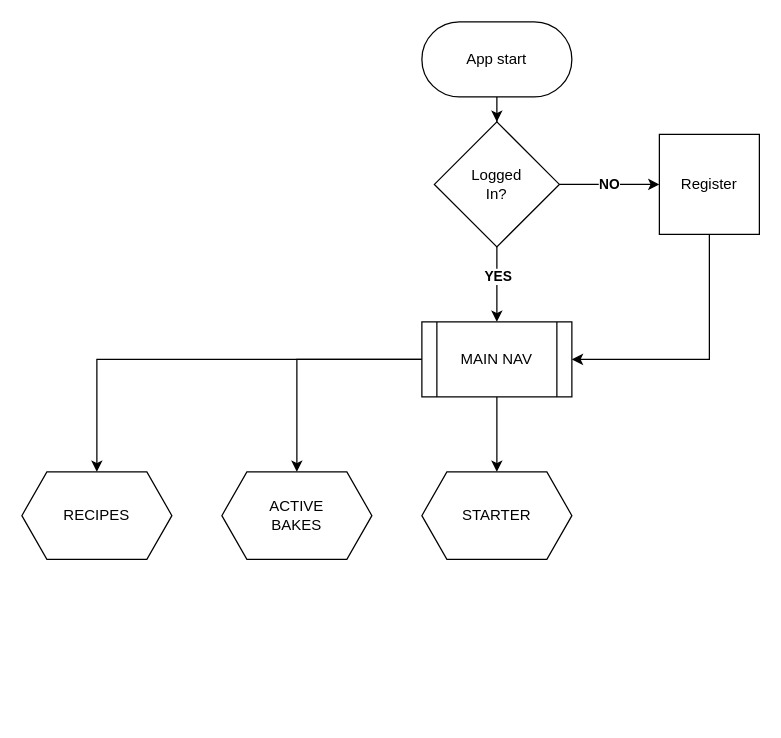
KioaStudios/plugins keeps this draw.io diagram as HalfBaked.drawio. Above is the earlier version. Source tidied: cells renumbered, new cells numbered last; positions are measured from the earlier drawing's top-left corner, leaving out a move shared by most shapes. Both pictures are drawn from the tidied source at 125%, with x=0, y=0 at pixel (21, 21).
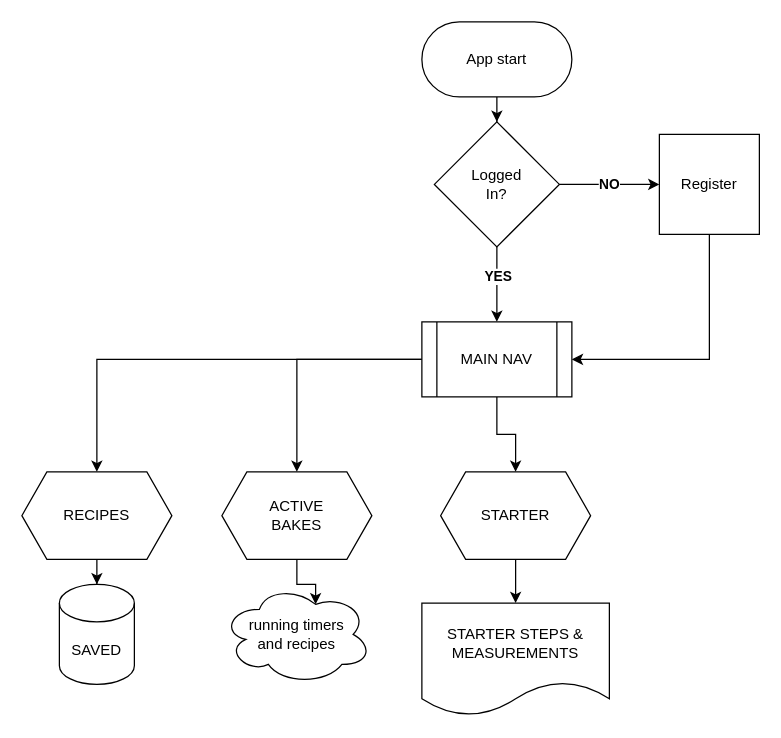
The same diagram, later.

The change refers to these unchanged cells:
```xml
<mxCell id="15" value="ACTIVE&lt;br&gt;BAKES" style="shape=hexagon;perimeter=hexagonPerimeter2;whiteSpace=wrap;html=1;fixedSize=1;" parent="1" vertex="1">
  <mxGeometry x="160" y="360" width="120" height="70" as="geometry" />
</mxCell>
```

The edit, as a diff of the source:
```diff
@@
+    <mxCell id="17" style="edgeStyle=orthogonalEdgeStyle;rounded=0;jettySize=auto;html=1;" parent="1" edge="1" source="10" target="20">
+      <mxGeometry relative="1" as="geometry" />
+    </mxCell>
-    <mxCell id="10" value="RECIPES" style="shape=hexagon;perimeter=hexagonPerimeter2;whiteSpace=wrap;html=1;fixedSize=1;" parent="1" vertex="1">
+    <mxCell id="10" value="RECIPES" style="shape=hexagon;perimeter=hexagonPerimeter2;whiteSpace=wrap;html=1;fixedSize=1;size=20;rounded=0;shadow=0;" parent="1" vertex="1">
       <mxGeometry y="360" width="120" height="70" as="geometry" />
     </mxCell>
@@
+    <mxCell id="18" style="edgeStyle=orthogonalEdgeStyle;rounded=0;jettySize=auto;html=1;entryX=0.625;entryY=0.2;entryDx=0;entryDy=0;entryPerimeter=0;" parent="1" edge="1" source="15" target="21">
+      <mxGeometry relative="1" as="geometry" />
+    </mxCell>
@@
+    <mxCell id="19" style="edgeStyle=orthogonalEdgeStyle;rounded=0;jettySize=auto;html=1;entryX=0.5;entryY=0;entryDx=0;entryDy=0;" parent="1" edge="1" source="16" target="22">
+      <mxGeometry relative="1" as="geometry" />
+    </mxCell>
     <mxCell id="16" value="STARTER" style="shape=hexagon;perimeter=hexagonPerimeter2;whiteSpace=wrap;html=1;fixedSize=1;" parent="1" vertex="1">
-      <mxGeometry x="320" y="360" width="120" height="70" as="geometry" />
+      <mxGeometry x="335" y="360" width="120" height="70" as="geometry" />
     </mxCell>
+    <mxCell id="20" value="SAVED" style="shape=cylinder3;whiteSpace=wrap;html=1;boundedLbl=1;backgroundOutline=1;size=15;" parent="1" vertex="1">
+      <mxGeometry x="30" y="450" width="60" height="80" as="geometry" />
+    </mxCell>
+    <mxCell id="21" value="running timers&lt;br&gt;and recipes" style="ellipse;shape=cloud;whiteSpace=wrap;html=1;" parent="1" vertex="1">
+      <mxGeometry x="160" y="450" width="120" height="80" as="geometry" />
+    </mxCell>
+    <mxCell id="22" value="STARTER STEPS &amp;amp; MEASUREMENTS" style="shape=document;whiteSpace=wrap;html=1;boundedLbl=1;" parent="1" vertex="1">
+      <mxGeometry x="320" y="465" width="150" height="90" as="geometry" />
+    </mxCell>
```
